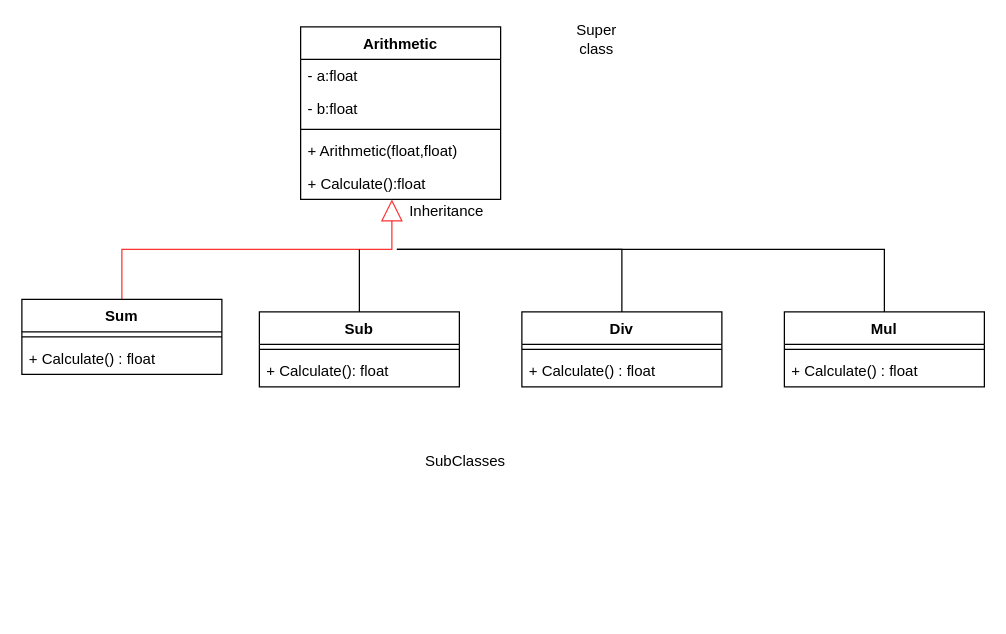
This is schema/arithmetic.drawio from deeperj/rust, a draw.io file, before an edit. Source tidied: cells renumbered, new cells numbered last; positions are measured from the earlier drawing's top-left corner, leaving out a move shared by most shapes. Both pictures are drawn from the tidied source at 125%, with x=0, y=0 at pixel (21, 26).
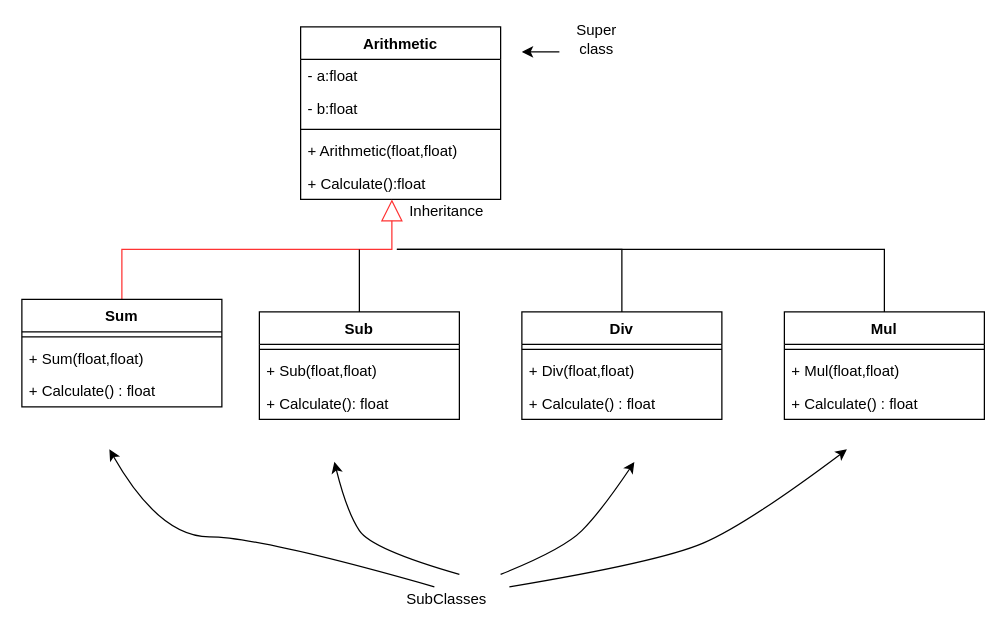
The same diagram, later.

What changed in the source:
```diff
@@
     <mxCell id="12" value="Sum" style="swimlane;fontStyle=1;align=center;verticalAlign=top;horizontal=1;startSize=26;" parent="1" vertex="1">
-      <mxGeometry y="218" width="160" height="60" as="geometry" />
+      <mxGeometry y="218" width="160" height="86" as="geometry" />
     </mxCell>
@@
+    <mxCell id="27" value="+ Sum(float,float)" style="text;strokeColor=none;fillColor=none;align=left;verticalAlign=top;spacingLeft=4;spacingRight=4;overflow=hidden;" parent="12" vertex="1">
+      <mxGeometry y="34" width="160" height="26" as="geometry" />
+    </mxCell>
     <mxCell id="14" value="+ Calculate() : float" style="text;strokeColor=none;fillColor=none;align=left;verticalAlign=top;spacingLeft=4;spacingRight=4;overflow=hidden;" parent="12" vertex="1">
-      <mxGeometry y="34" width="160" height="26" as="geometry" />
+      <mxGeometry y="60" width="160" height="26" as="geometry" />
     </mxCell>
     <mxCell id="15" value="Sub" style="swimlane;fontStyle=1;align=center;verticalAlign=top;horizontal=1;startSize=26;" parent="1" vertex="1">
-      <mxGeometry x="190" y="228" width="160" height="60" as="geometry" />
+      <mxGeometry x="190" y="228" width="160" height="86" as="geometry" />
     </mxCell>
@@
+    <mxCell id="28" value="+ Sub(float,float)" style="text;strokeColor=none;fillColor=none;align=left;verticalAlign=top;spacingLeft=4;spacingRight=4;overflow=hidden;" parent="15" vertex="1">
+      <mxGeometry y="34" width="160" height="26" as="geometry" />
+    </mxCell>
     <mxCell id="17" value="+ Calculate(): float" style="text;strokeColor=none;fillColor=none;align=left;verticalAlign=top;spacingLeft=4;spacingRight=4;overflow=hidden;" parent="15" vertex="1">
-      <mxGeometry y="34" width="160" height="26" as="geometry" />
+      <mxGeometry y="60" width="160" height="26" as="geometry" />
     </mxCell>
     <mxCell id="18" value="Div" style="swimlane;fontStyle=1;align=center;verticalAlign=top;horizontal=1;startSize=26;" parent="1" vertex="1">
-      <mxGeometry x="400" y="228" width="160" height="60" as="geometry" />
+      <mxGeometry x="400" y="228" width="160" height="86" as="geometry" />
     </mxCell>
@@
+    <mxCell id="29" value="+ Div(float,float) " style="text;strokeColor=none;fillColor=none;align=left;verticalAlign=top;spacingLeft=4;spacingRight=4;overflow=hidden;" parent="18" vertex="1">
+      <mxGeometry y="34" width="160" height="26" as="geometry" />
+    </mxCell>
     <mxCell id="20" value="+ Calculate() : float" style="text;strokeColor=none;fillColor=none;align=left;verticalAlign=top;spacingLeft=4;spacingRight=4;overflow=hidden;" parent="18" vertex="1">
-      <mxGeometry y="34" width="160" height="26" as="geometry" />
+      <mxGeometry y="60" width="160" height="26" as="geometry" />
     </mxCell>
     <mxCell id="21" value="Mul" style="swimlane;fontStyle=1;align=center;verticalAlign=top;horizontal=1;startSize=26;" parent="1" vertex="1">
-      <mxGeometry x="610" y="228" width="160" height="60" as="geometry" />
+      <mxGeometry x="610" y="228" width="160" height="86" as="geometry" />
     </mxCell>
@@
-    <mxCell id="23" value="+ Calculate() : float" style="text;strokeColor=none;fillColor=none;align=left;verticalAlign=top;spacingLeft=4;spacingRight=4;overflow=hidden;" parent="21" vertex="1">
+    <mxCell id="23" value="+ Mul(float,float)" style="text;strokeColor=none;fillColor=none;align=left;verticalAlign=top;spacingLeft=4;spacingRight=4;overflow=hidden;" parent="21" vertex="1">
       <mxGeometry y="34" width="160" height="26" as="geometry" />
     </mxCell>
+    <mxCell id="30" value="+ Calculate() : float" style="text;strokeColor=none;fillColor=none;align=left;verticalAlign=top;spacingLeft=4;spacingRight=4;overflow=hidden;" parent="21" vertex="1">
+      <mxGeometry y="60" width="160" height="26" as="geometry" />
+    </mxCell>
     <mxCell id="24" value="SubClasses" style="text;html=1;strokeColor=none;fillColor=none;align=center;verticalAlign=middle;whiteSpace=wrap;rounded=0;" parent="1" vertex="1">
-      <mxGeometry x="335" y="338" width="40" height="20" as="geometry" />
+      <mxGeometry x="320" y="448" width="40" height="20" as="geometry" />
     </mxCell>
@@
+    <mxCell id="31" style="endArrow=classic;html=1;strokeColor=#000000;" parent="1" edge="1">
+      <mxGeometry relative="1" as="geometry">
+        <mxPoint x="430" y="20" as="sourcePoint" />
+        <mxPoint x="400" y="20" as="targetPoint" />
+      </mxGeometry>
+    </mxCell>
+    <mxCell id="32" style="curved=1;endArrow=classic;html=1;strokeColor=#000000;exitX=0.25;exitY=0;exitDx=0;exitDy=0;" parent="1" edge="1" source="24">
+      <mxGeometry relative="1" as="geometry">
+        <mxPoint x="70" y="338" as="targetPoint" />
+        <Array as="points">
+          <mxPoint x="190" y="408" />
+          <mxPoint x="110" y="408" />
+        </Array>
+      </mxGeometry>
+    </mxCell>
+    <mxCell id="33" style="curved=1;endArrow=classic;html=1;strokeColor=#000000;exitX=0.25;exitY=0;exitDx=0;exitDy=0;" parent="1" edge="1">
+      <mxGeometry relative="1" as="geometry">
+        <mxPoint x="383" y="438" as="sourcePoint" />
+        <mxPoint x="490" y="348" as="targetPoint" />
+        <Array as="points">
+          <mxPoint x="433" y="418" />
+          <mxPoint x="463" y="388" />
+        </Array>
+      </mxGeometry>
+    </mxCell>
+    <mxCell id="34" style="curved=1;endArrow=classic;html=1;strokeColor=#000000;exitX=0.25;exitY=0;exitDx=0;exitDy=0;" parent="1" edge="1">
+      <mxGeometry relative="1" as="geometry">
+        <mxPoint x="350" y="438" as="sourcePoint" />
+        <mxPoint x="250" y="348" as="targetPoint" />
+        <Array as="points">
+          <mxPoint x="280" y="418" />
+          <mxPoint x="260" y="388" />
+        </Array>
+      </mxGeometry>
+    </mxCell>
+    <mxCell id="35" style="curved=1;endArrow=classic;html=1;strokeColor=#000000;exitX=0.25;exitY=0;exitDx=0;exitDy=0;" parent="1" edge="1">
+      <mxGeometry relative="1" as="geometry">
+        <mxPoint x="390" y="448" as="sourcePoint" />
+        <mxPoint x="660" y="338" as="targetPoint" />
+        <Array as="points">
+          <mxPoint x="510" y="428" />
+          <mxPoint x="580" y="398" />
+        </Array>
+      </mxGeometry>
+    </mxCell>
```
